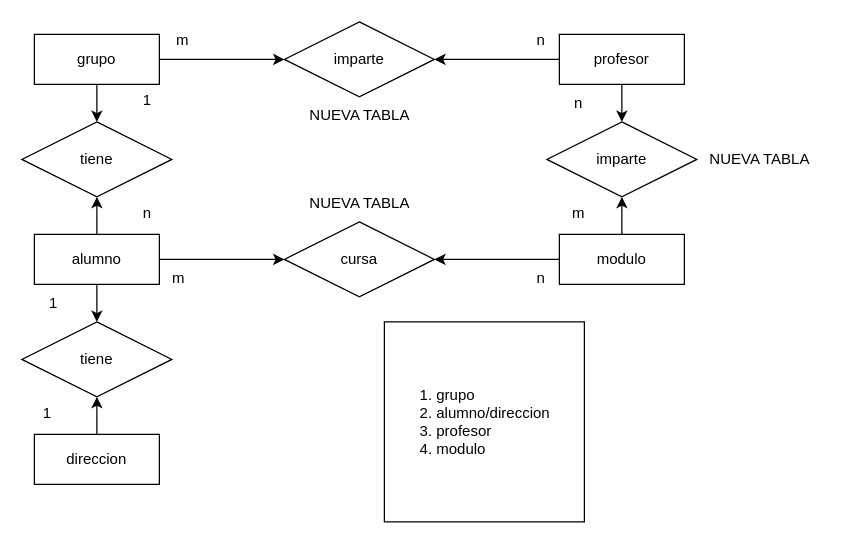
Earlier version of the draw.io diagram E-R_ejercicioADHibernateAlumnoGrupo.drawio (AhmedHassanKhamis/DAM2_AD). Source tidied: cells renumbered, new cells numbered last; positions are measured from the earlier drawing's top-left corner, leaving out a move shared by most shapes. Both pictures are drawn from the tidied source at 125%, with x=0, y=0 at pixel (21, 21).
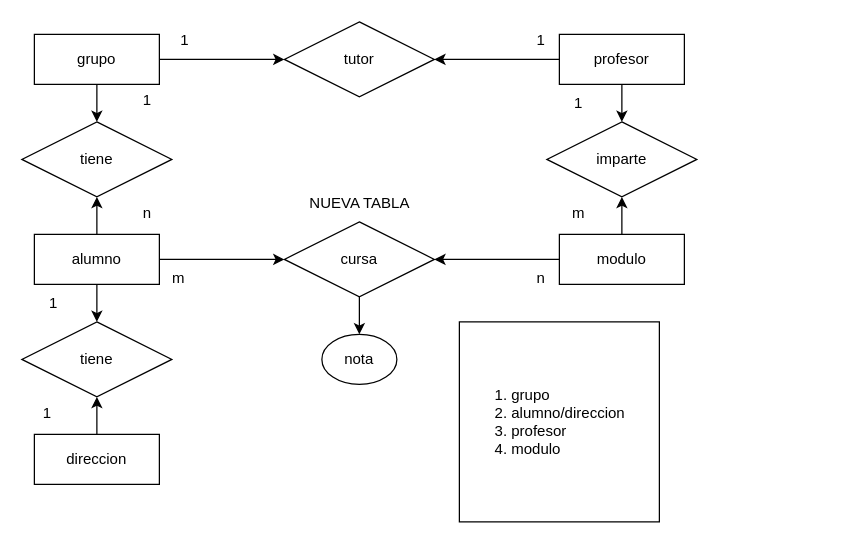
The same page after the edit.

Unchanged cells that the change refers to:
```xml
<mxCell id="21" value="cursa" style="shape=rhombus;perimeter=rhombusPerimeter;whiteSpace=wrap;html=1;align=center;" parent="1" vertex="1">
  <mxGeometry x="210" y="160" width="120" height="60" as="geometry" />
</mxCell>
```

Diff of the diagram source:
```diff
@@
-    <mxCell id="19" value="imparte" style="shape=rhombus;perimeter=rhombusPerimeter;whiteSpace=wrap;html=1;align=center;" parent="1" vertex="1">
+    <mxCell id="19" value="tutor" style="shape=rhombus;perimeter=rhombusPerimeter;whiteSpace=wrap;html=1;align=center;" parent="1" vertex="1">
       <mxGeometry x="210" width="120" height="60" as="geometry" />
     </mxCell>
@@
+    <mxCell id="36" style="edgeStyle=orthogonalEdgeStyle;rounded=0;jettySize=auto;html=1;" parent="1" edge="1" source="21" target="37">
+      <mxGeometry relative="1" as="geometry" />
+    </mxCell>
@@
-    <mxCell id="24" value="n" style="text;html=1;align=center;verticalAlign=middle;strokeColor=none;fillColor=none;" parent="1" vertex="1">
+    <mxCell id="24" value="1" style="text;html=1;align=center;verticalAlign=middle;strokeColor=none;fillColor=none;" parent="1" vertex="1">
       <mxGeometry x="400" width="30" height="30" as="geometry" />
     </mxCell>
-    <mxCell id="25" value="m&amp;nbsp;" style="text;html=1;align=center;verticalAlign=middle;strokeColor=none;fillColor=none;" parent="1" vertex="1">
-      <mxGeometry x="110" width="40" height="30" as="geometry" />
+    <mxCell id="25" value="1" style="text;html=1;align=center;verticalAlign=middle;strokeColor=none;fillColor=none;" parent="1" vertex="1">
+      <mxGeometry x="115" width="30" height="30" as="geometry" />
     </mxCell>
-    <mxCell id="26" value="n" style="text;html=1;align=center;verticalAlign=middle;strokeColor=none;fillColor=none;" parent="1" vertex="1">
+    <mxCell id="26" value="1" style="text;html=1;align=center;verticalAlign=middle;strokeColor=none;fillColor=none;" parent="1" vertex="1">
       <mxGeometry x="430" y="50" width="30" height="30" as="geometry" />
     </mxCell>
@@
     <mxCell id="32" value="&lt;ol&gt;&lt;li&gt;grupo&lt;/li&gt;&lt;li&gt;alumno/direccion&lt;/li&gt;&lt;li&gt;profesor&lt;/li&gt;&lt;li&gt;modulo&lt;/li&gt;&lt;/ol&gt;" style="whiteSpace=wrap;html=1;align=left;" parent="1" vertex="1">
-      <mxGeometry x="290" y="240" width="160" height="160" as="geometry" />
+      <mxGeometry x="350" y="240" width="160" height="160" as="geometry" />
     </mxCell>
-    <mxCell id="33" value="NUEVA TABLA" style="text;html=1;align=center;verticalAlign=middle;strokeColor=none;fillColor=none;" parent="1" vertex="1">
-      <mxGeometry x="220" y="60" width="100" height="30" as="geometry" />
-    </mxCell>
@@
-    <mxCell id="35" value="NUEVA TABLA" style="text;html=1;align=center;verticalAlign=middle;strokeColor=none;fillColor=none;" parent="1" vertex="1">
-      <mxGeometry x="540" y="95" width="100" height="30" as="geometry" />
-    </mxCell>
+    <mxCell id="37" value="nota" style="ellipse;whiteSpace=wrap;html=1;" parent="1" vertex="1">
+      <mxGeometry x="240" y="250" width="60" height="40" as="geometry" />
+    </mxCell>
```
